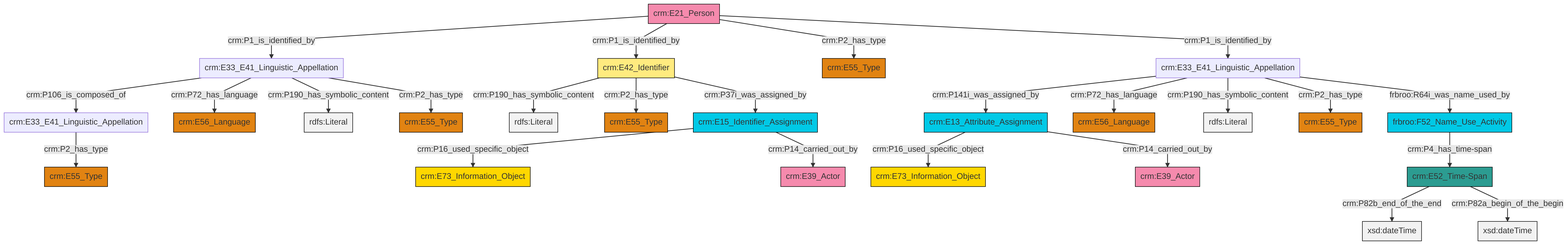
swiss-art-research-net/docs.swissartresearch keeps this Mermaid diagram as et/personCSV/ttl/mmd/png/Person_Names_and_Classification.png. Above is the earlier version. Its source is kept beside it as et/personCSV/ttl/mmd/Person_Names_and_Classification.ttl.mmd.
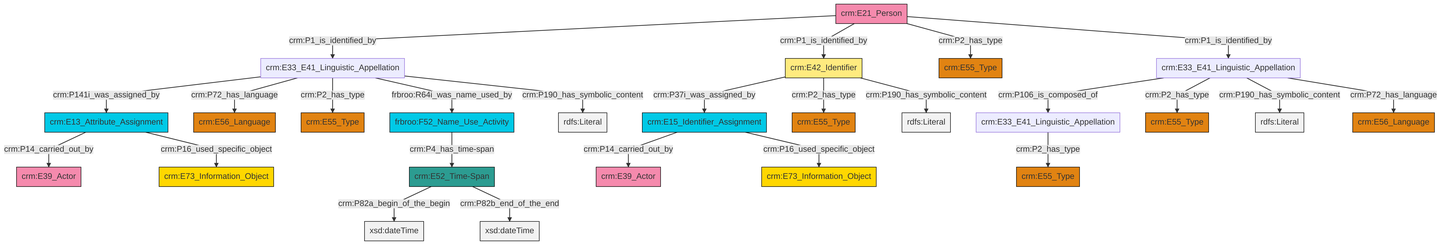
After the commit.

What changed in the source:
```diff
@@ -13,27 +13,27 @@
 classDef PC_Classes fill:#4ce600, stroke:#000000;
 classDef Multi fill:#cccccc,stroke:#000000;
 
-0["crm:E21_Person"]:::Actor -->|crm:P1_is_identified_by| 6["crm:E33_E41_Linguistic_Appellation"]:::Default
-7["crm:E33_E41_Linguistic_Appellation"]:::Default -->|crm:P141i_was_assigned_by| 8["crm:E13_Attribute_Assignment"]:::Temporal_Entity
-6["crm:E33_E41_Linguistic_Appellation"]:::Default -->|crm:P106_is_composed_of| 2["crm:E33_E41_Linguistic_Appellation"]:::Default
-7["crm:E33_E41_Linguistic_Appellation"]:::Default -->|crm:P72_has_language| 10["crm:E56_Language"]:::Type
-7["crm:E33_E41_Linguistic_Appellation"]:::Default -->|crm:P190_has_symbolic_content| 11[rdfs:Literal]:::Literal
-4["crm:E42_Identifier"]:::Appellation -->|crm:P190_has_symbolic_content| 12[rdfs:Literal]:::Literal
-16["crm:E15_Identifier_Assignment"]:::Temporal_Entity -->|crm:P16_used_specific_object| 17["crm:E73_Information_Object"]:::Conceptual_Object
-6["crm:E33_E41_Linguistic_Appellation"]:::Default -->|crm:P72_has_language| 18["crm:E56_Language"]:::Type
-7["crm:E33_E41_Linguistic_Appellation"]:::Default -->|crm:P2_has_type| 22["crm:E55_Type"]:::Type
-0["crm:E21_Person"]:::Actor -->|crm:P1_is_identified_by| 4["crm:E42_Identifier"]:::Appellation
-6["crm:E33_E41_Linguistic_Appellation"]:::Default -->|crm:P190_has_symbolic_content| 24[rdfs:Literal]:::Literal
-4["crm:E42_Identifier"]:::Appellation -->|crm:P2_has_type| 25["crm:E55_Type"]:::Type
-4["crm:E42_Identifier"]:::Appellation -->|crm:P37i_was_assigned_by| 16["crm:E15_Identifier_Assignment"]:::Temporal_Entity
-14["frbroo:F52_Name_Use_Activity"]:::Temporal_Entity -->|crm:P4_has_time-span| 26["crm:E52_Time-Span"]:::Time-Span
-0["crm:E21_Person"]:::Actor -->|crm:P2_has_type| 27["crm:E55_Type"]:::Type
-26["crm:E52_Time-Span"]:::Time-Span -->|crm:P82b_end_of_the_end| 35[xsd:dateTime]:::Literal
-8["crm:E13_Attribute_Assignment"]:::Temporal_Entity -->|crm:P16_used_specific_object| 38["crm:E73_Information_Object"]:::Conceptual_Object
-8["crm:E13_Attribute_Assignment"]:::Temporal_Entity -->|crm:P14_carried_out_by| 36["crm:E39_Actor"]:::Actor
-0["crm:E21_Person"]:::Actor -->|crm:P1_is_identified_by| 7["crm:E33_E41_Linguistic_Appellation"]:::Default
-16["crm:E15_Identifier_Assignment"]:::Temporal_Entity -->|crm:P14_carried_out_by| 20["crm:E39_Actor"]:::Actor
-26["crm:E52_Time-Span"]:::Time-Span -->|crm:P82a_begin_of_the_begin| 46[xsd:dateTime]:::Literal
-7["crm:E33_E41_Linguistic_Appellation"]:::Default -->|frbroo:R64i_was_name_used_by| 14["frbroo:F52_Name_Use_Activity"]:::Temporal_Entity
-6["crm:E33_E41_Linguistic_Appellation"]:::Default -->|crm:P2_has_type| 29["crm:E55_Type"]:::Type
-2["crm:E33_E41_Linguistic_Appellation"]:::Default -->|crm:P2_has_type| 33["crm:E55_Type"]:::Type
+0["crm:E33_E41_Linguistic_Appellation"]:::Default -->|crm:P141i_was_assigned_by| 1["crm:E13_Attribute_Assignment"]:::Temporal_Entity
+2["crm:E21_Person"]:::Actor -->|crm:P1_is_identified_by| 0["crm:E33_E41_Linguistic_Appellation"]:::Default
+3["crm:E33_E41_Linguistic_Appellation"]:::Default -->|crm:P106_is_composed_of| 4["crm:E33_E41_Linguistic_Appellation"]:::Default
+5["crm:E52_Time-Span"]:::Time-Span -->|crm:P82a_begin_of_the_begin| 6[xsd:dateTime]:::Literal
+3["crm:E33_E41_Linguistic_Appellation"]:::Default -->|crm:P2_has_type| 7["crm:E55_Type"]:::Type
+0["crm:E33_E41_Linguistic_Appellation"]:::Default -->|crm:P72_has_language| 10["crm:E56_Language"]:::Type
+17["crm:E15_Identifier_Assignment"]:::Temporal_Entity -->|crm:P14_carried_out_by| 21["crm:E39_Actor"]:::Actor
+0["crm:E33_E41_Linguistic_Appellation"]:::Default -->|crm:P2_has_type| 23["crm:E55_Type"]:::Type
+2["crm:E21_Person"]:::Actor -->|crm:P1_is_identified_by| 19["crm:E42_Identifier"]:::Appellation
+3["crm:E33_E41_Linguistic_Appellation"]:::Default -->|crm:P190_has_symbolic_content| 30[rdfs:Literal]:::Literal
+17["crm:E15_Identifier_Assignment"]:::Temporal_Entity -->|crm:P16_used_specific_object| 8["crm:E73_Information_Object"]:::Conceptual_Object
+2["crm:E21_Person"]:::Actor -->|crm:P2_has_type| 27["crm:E55_Type"]:::Type
+0["crm:E33_E41_Linguistic_Appellation"]:::Default -->|frbroo:R64i_was_name_used_by| 31["frbroo:F52_Name_Use_Activity"]:::Temporal_Entity
+5["crm:E52_Time-Span"]:::Time-Span -->|crm:P82b_end_of_the_end| 32[xsd:dateTime]:::Literal
+1["crm:E13_Attribute_Assignment"]:::Temporal_Entity -->|crm:P14_carried_out_by| 15["crm:E39_Actor"]:::Actor
+1["crm:E13_Attribute_Assignment"]:::Temporal_Entity -->|crm:P16_used_specific_object| 33["crm:E73_Information_Object"]:::Conceptual_Object
+4["crm:E33_E41_Linguistic_Appellation"]:::Default -->|crm:P2_has_type| 13["crm:E55_Type"]:::Type
+2["crm:E21_Person"]:::Actor -->|crm:P1_is_identified_by| 3["crm:E33_E41_Linguistic_Appellation"]:::Default
+31["frbroo:F52_Name_Use_Activity"]:::Temporal_Entity -->|crm:P4_has_time-span| 5["crm:E52_Time-Span"]:::Time-Span
+19["crm:E42_Identifier"]:::Appellation -->|crm:P37i_was_assigned_by| 17["crm:E15_Identifier_Assignment"]:::Temporal_Entity
+19["crm:E42_Identifier"]:::Appellation -->|crm:P2_has_type| 38["crm:E55_Type"]:::Type
+3["crm:E33_E41_Linguistic_Appellation"]:::Default -->|crm:P72_has_language| 11["crm:E56_Language"]:::Type
+19["crm:E42_Identifier"]:::Appellation -->|crm:P190_has_symbolic_content| 45[rdfs:Literal]:::Literal
+0["crm:E33_E41_Linguistic_Appellation"]:::Default -->|crm:P190_has_symbolic_content| 46[rdfs:Literal]:::Literal
```
